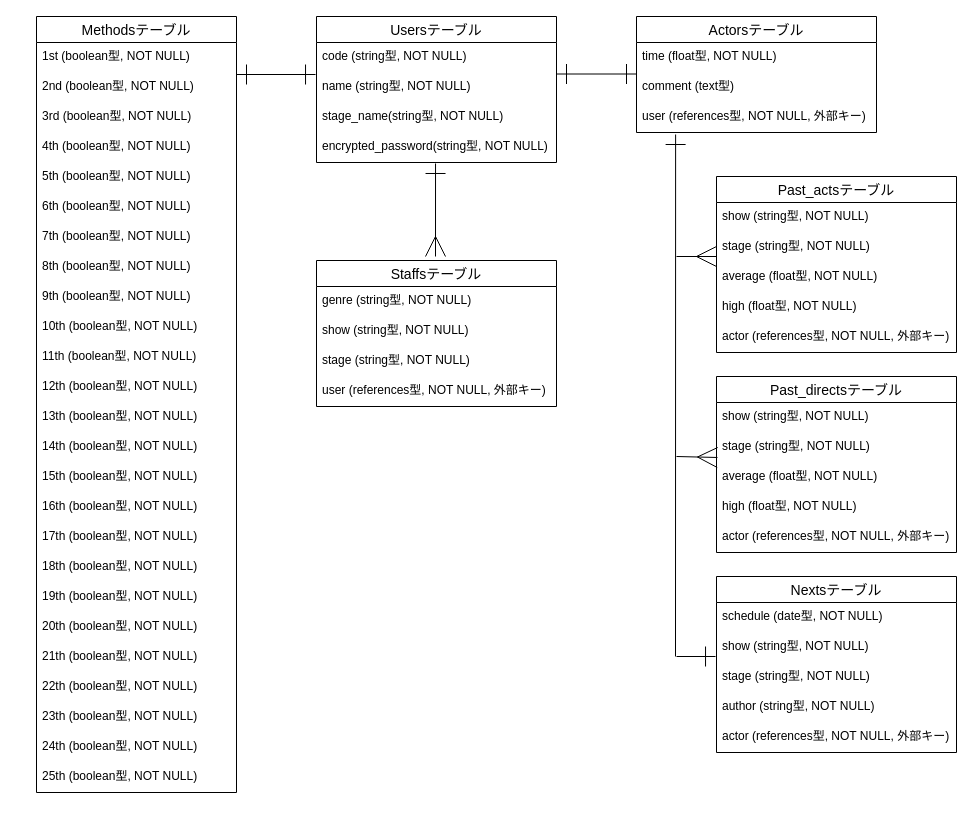
Before: ER.dio in morishitami/makinium, a draw.io diagram. Source tidied: cells renumbered, new cells numbered last; positions are measured from the earlier drawing's top-left corner, leaving out a move shared by most shapes. Both pictures are drawn from the tidied source at 100%, with x=0, y=0 at pixel (36, 16).
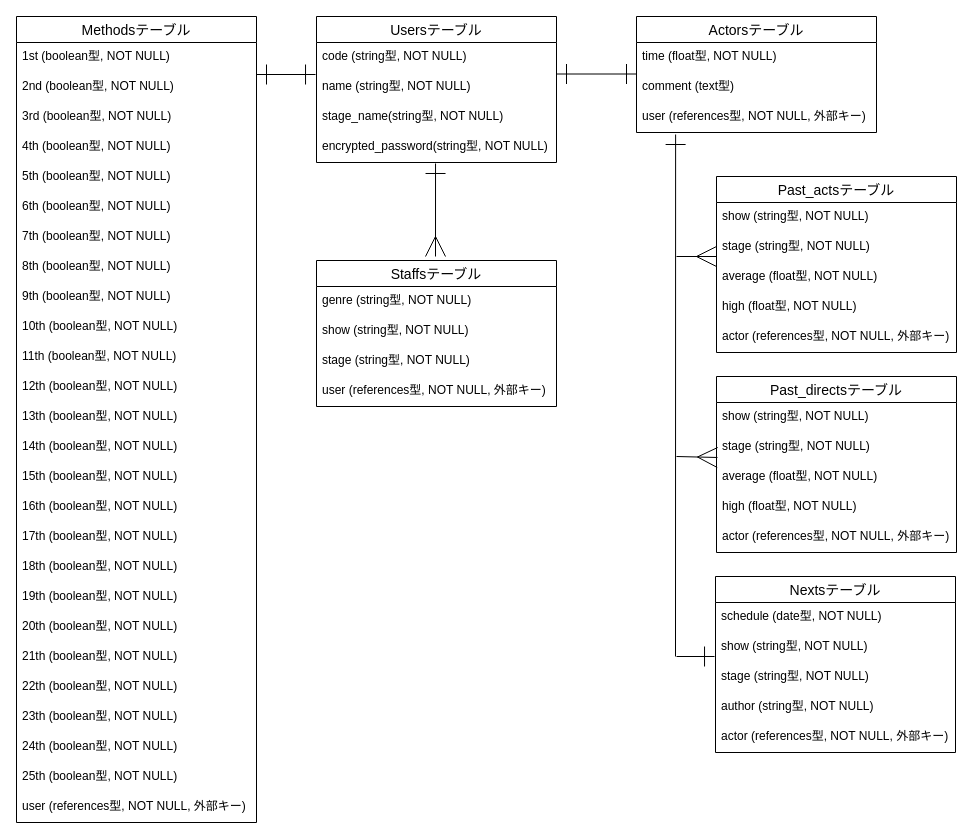
Above is the later version.

Commit message (it also covers changes not shown here):
READMEの作成、ER図の修正

Change to the diagram source:
```diff
@@
     <mxCell id="7" value="Methodsテーブル" style="swimlane;fontStyle=0;horizontal=1;startSize=26;align=center;fontSize=14;" parent="1" vertex="1">
-      <mxGeometry width="200" height="776" as="geometry" />
+      <mxGeometry x="-20" width="240" height="806" as="geometry" />
     </mxCell>
     <mxCell id="8" value="1st (boolean型, NOT NULL)" style="text;strokeColor=none;fillColor=none;spacingLeft=4;spacingRight=4;overflow=hidden;fontSize=12;" parent="7" vertex="1">
-      <mxGeometry y="26" width="200" height="30" as="geometry" />
+      <mxGeometry y="26" width="240" height="30" as="geometry" />
     </mxCell>
     <mxCell id="9" value="2nd (boolean型, NOT NULL)" style="text;strokeColor=none;fillColor=none;spacingLeft=4;spacingRight=4;overflow=hidden;points=[[0,0.5],[1,0.5]];portConstraint=eastwest;fontSize=12;" parent="7" vertex="1">
-      <mxGeometry y="56" width="200" height="30" as="geometry" />
+      <mxGeometry y="56" width="240" height="30" as="geometry" />
     </mxCell>
     <mxCell id="10" value="3rd (boolean型, NOT NULL)" style="text;strokeColor=none;fillColor=none;spacingLeft=4;spacingRight=4;overflow=hidden;fontSize=12;" parent="7" vertex="1">
-      <mxGeometry y="86" width="200" height="30" as="geometry" />
+      <mxGeometry y="86" width="240" height="30" as="geometry" />
     </mxCell>
     <mxCell id="11" value="4th (boolean型, NOT NULL)" style="text;strokeColor=none;fillColor=none;spacingLeft=4;spacingRight=4;overflow=hidden;fontSize=12;" parent="7" vertex="1">
-      <mxGeometry y="116" width="200" height="30" as="geometry" />
+      <mxGeometry y="116" width="240" height="30" as="geometry" />
     </mxCell>
     <mxCell id="12" value="5th (boolean型, NOT NULL)" style="text;strokeColor=none;fillColor=none;spacingLeft=4;spacingRight=4;overflow=hidden;fontSize=12;" parent="7" vertex="1">
-      <mxGeometry y="146" width="200" height="30" as="geometry" />
+      <mxGeometry y="146" width="240" height="30" as="geometry" />
     </mxCell>
     <mxCell id="13" value="6th (boolean型, NOT NULL)" style="text;strokeColor=none;fillColor=none;spacingLeft=4;spacingRight=4;overflow=hidden;fontSize=12;" parent="7" vertex="1">
-      <mxGeometry y="176" width="200" height="30" as="geometry" />
+      <mxGeometry y="176" width="240" height="30" as="geometry" />
     </mxCell>
     <mxCell id="14" value="7th (boolean型, NOT NULL)" style="text;strokeColor=none;fillColor=none;spacingLeft=4;spacingRight=4;overflow=hidden;fontSize=12;" parent="7" vertex="1">
-      <mxGeometry y="206" width="200" height="30" as="geometry" />
+      <mxGeometry y="206" width="240" height="30" as="geometry" />
     </mxCell>
     <mxCell id="15" value="8th (boolean型, NOT NULL)" style="text;strokeColor=none;fillColor=none;spacingLeft=4;spacingRight=4;overflow=hidden;fontSize=12;" parent="7" vertex="1">
-      <mxGeometry y="236" width="200" height="30" as="geometry" />
+      <mxGeometry y="236" width="240" height="30" as="geometry" />
     </mxCell>
     <mxCell id="16" value="9th (boolean型, NOT NULL)" style="text;strokeColor=none;fillColor=none;spacingLeft=4;spacingRight=4;overflow=hidden;fontSize=12;" parent="7" vertex="1">
-      <mxGeometry y="266" width="200" height="30" as="geometry" />
+      <mxGeometry y="266" width="240" height="30" as="geometry" />
     </mxCell>
     <mxCell id="17" value="10th (boolean型, NOT NULL)" style="text;strokeColor=none;fillColor=none;spacingLeft=4;spacingRight=4;overflow=hidden;fontSize=12;" parent="7" vertex="1">
-      <mxGeometry y="296" width="200" height="30" as="geometry" />
+      <mxGeometry y="296" width="240" height="30" as="geometry" />
     </mxCell>
     <mxCell id="18" value="11th (boolean型, NOT NULL)" style="text;strokeColor=none;fillColor=none;spacingLeft=4;spacingRight=4;overflow=hidden;fontSize=12;" parent="7" vertex="1">
-      <mxGeometry y="326" width="200" height="30" as="geometry" />
+      <mxGeometry y="326" width="240" height="30" as="geometry" />
     </mxCell>
     <mxCell id="19" value="12th (boolean型, NOT NULL)" style="text;strokeColor=none;fillColor=none;spacingLeft=4;spacingRight=4;overflow=hidden;fontSize=12;" parent="7" vertex="1">
-      <mxGeometry y="356" width="200" height="30" as="geometry" />
+      <mxGeometry y="356" width="240" height="30" as="geometry" />
     </mxCell>
     <mxCell id="20" value="13th (boolean型, NOT NULL)" style="text;strokeColor=none;fillColor=none;spacingLeft=4;spacingRight=4;overflow=hidden;fontSize=12;" parent="7" vertex="1">
-      <mxGeometry y="386" width="200" height="30" as="geometry" />
+      <mxGeometry y="386" width="240" height="30" as="geometry" />
     </mxCell>
     <mxCell id="21" value="14th (boolean型, NOT NULL)" style="text;strokeColor=none;fillColor=none;spacingLeft=4;spacingRight=4;overflow=hidden;fontSize=12;" parent="7" vertex="1">
-      <mxGeometry y="416" width="200" height="30" as="geometry" />
+      <mxGeometry y="416" width="240" height="30" as="geometry" />
     </mxCell>
     <mxCell id="22" value="15th (boolean型, NOT NULL)" style="text;strokeColor=none;fillColor=none;spacingLeft=4;spacingRight=4;overflow=hidden;fontSize=12;" parent="7" vertex="1">
-      <mxGeometry y="446" width="200" height="30" as="geometry" />
+      <mxGeometry y="446" width="240" height="30" as="geometry" />
     </mxCell>
     <mxCell id="23" value="16th (boolean型, NOT NULL)" style="text;strokeColor=none;fillColor=none;spacingLeft=4;spacingRight=4;overflow=hidden;fontSize=12;" parent="7" vertex="1">
-      <mxGeometry y="476" width="200" height="30" as="geometry" />
+      <mxGeometry y="476" width="240" height="30" as="geometry" />
     </mxCell>
     <mxCell id="24" value="17th (boolean型, NOT NULL)" style="text;strokeColor=none;fillColor=none;spacingLeft=4;spacingRight=4;overflow=hidden;fontSize=12;" parent="7" vertex="1">
-      <mxGeometry y="506" width="200" height="30" as="geometry" />
+      <mxGeometry y="506" width="240" height="30" as="geometry" />
     </mxCell>
     <mxCell id="25" value="18th (boolean型, NOT NULL)" style="text;strokeColor=none;fillColor=none;spacingLeft=4;spacingRight=4;overflow=hidden;fontSize=12;" parent="7" vertex="1">
-      <mxGeometry y="536" width="200" height="30" as="geometry" />
+      <mxGeometry y="536" width="240" height="30" as="geometry" />
     </mxCell>
     <mxCell id="26" value="19th (boolean型, NOT NULL)" style="text;strokeColor=none;fillColor=none;spacingLeft=4;spacingRight=4;overflow=hidden;fontSize=12;" parent="7" vertex="1">
-      <mxGeometry y="566" width="200" height="30" as="geometry" />
+      <mxGeometry y="566" width="240" height="30" as="geometry" />
     </mxCell>
     <mxCell id="27" value="20th (boolean型, NOT NULL)" style="text;strokeColor=none;fillColor=none;spacingLeft=4;spacingRight=4;overflow=hidden;fontSize=12;" parent="7" vertex="1">
-      <mxGeometry y="596" width="200" height="30" as="geometry" />
+      <mxGeometry y="596" width="240" height="30" as="geometry" />
     </mxCell>
     <mxCell id="28" value="21th (boolean型, NOT NULL)" style="text;strokeColor=none;fillColor=none;spacingLeft=4;spacingRight=4;overflow=hidden;fontSize=12;" parent="7" vertex="1">
-      <mxGeometry y="626" width="200" height="30" as="geometry" />
+      <mxGeometry y="626" width="240" height="30" as="geometry" />
     </mxCell>
     <mxCell id="29" value="22th (boolean型, NOT NULL)" style="text;strokeColor=none;fillColor=none;spacingLeft=4;spacingRight=4;overflow=hidden;fontSize=12;" parent="7" vertex="1">
-      <mxGeometry y="656" width="200" height="30" as="geometry" />
+      <mxGeometry y="656" width="240" height="30" as="geometry" />
     </mxCell>
     <mxCell id="30" value="23th (boolean型, NOT NULL)" style="text;strokeColor=none;fillColor=none;spacingLeft=4;spacingRight=4;overflow=hidden;fontSize=12;" parent="7" vertex="1">
-      <mxGeometry y="686" width="200" height="30" as="geometry" />
+      <mxGeometry y="686" width="240" height="30" as="geometry" />
     </mxCell>
     <mxCell id="31" value="24th (boolean型, NOT NULL)" style="text;strokeColor=none;fillColor=none;spacingLeft=4;spacingRight=4;overflow=hidden;fontSize=12;" parent="7" vertex="1">
-      <mxGeometry y="716" width="200" height="30" as="geometry" />
+      <mxGeometry y="716" width="240" height="30" as="geometry" />
     </mxCell>
     <mxCell id="32" value="25th (boolean型, NOT NULL)" style="text;strokeColor=none;fillColor=none;spacingLeft=4;spacingRight=4;overflow=hidden;fontSize=12;" parent="7" vertex="1">
-      <mxGeometry y="746" width="200" height="30" as="geometry" />
+      <mxGeometry y="746" width="240" height="30" as="geometry" />
     </mxCell>
+    <mxCell id="67" value="user (references型, NOT NULL, 外部キー)" style="text;strokeColor=none;fillColor=none;spacingLeft=4;spacingRight=4;overflow=hidden;fontSize=12;" parent="7" vertex="1">
+      <mxGeometry y="776" width="240" height="30" as="geometry" />
+    </mxCell>
@@
     <mxCell id="54" value="Nextsテーブル" style="swimlane;fontStyle=0;horizontal=1;startSize=26;align=center;fontSize=14;" parent="1" vertex="1">
-      <mxGeometry x="680" y="560" width="240" height="176" as="geometry" />
+      <mxGeometry x="679" y="560" width="240" height="176" as="geometry" />
     </mxCell>
```
